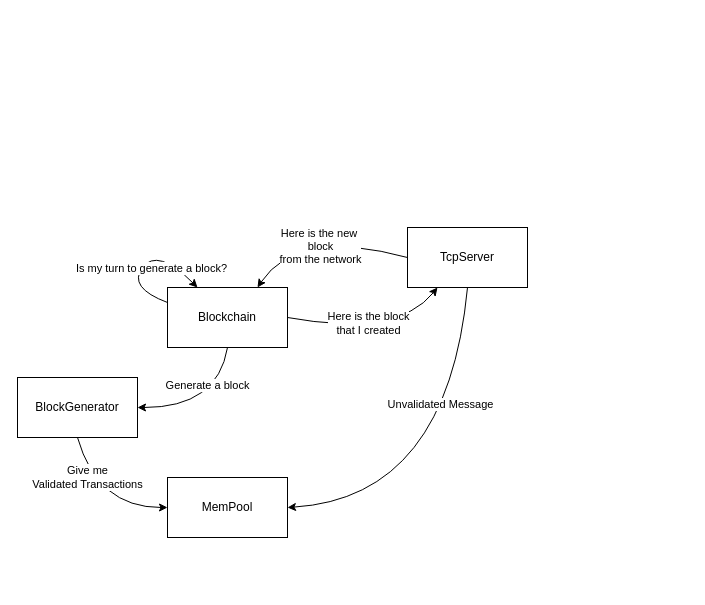
Before: HushServerNode.drawio in aboimpinto/HushServerNode, a draw.io diagram. Source tidied: cells renumbered, new cells numbered last; positions are measured from the earlier drawing's top-left corner, leaving out a move shared by most shapes. Both pictures are drawn from the tidied source at 100%, with x=0, y=0 at pixel (17, 227).
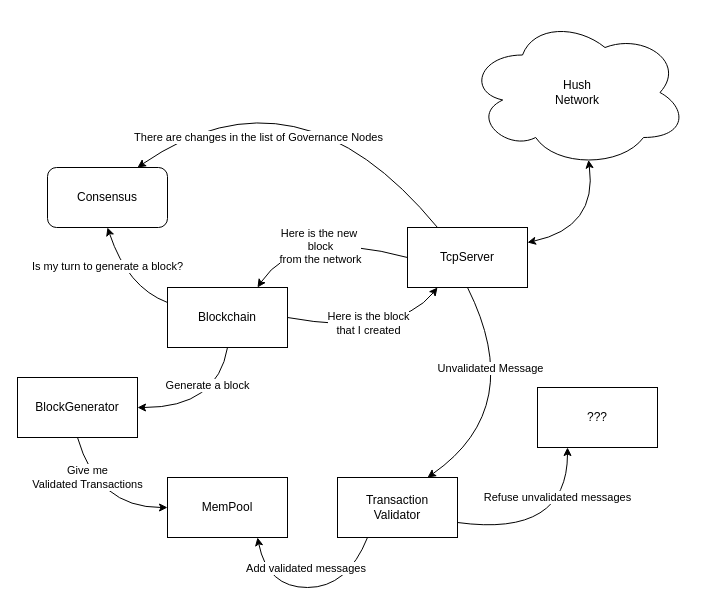
Above is the later version.

Unchanged cells that the change refers to:
```xml
<mxCell id="3" value="MemPool" style="rounded=0;whiteSpace=wrap;html=1;" parent="1" vertex="1">
  <mxGeometry x="150" y="250" width="120" height="60" as="geometry" />
</mxCell>
<mxCell id="4" value="Blockchain" style="rounded=0;whiteSpace=wrap;html=1;" parent="1" vertex="1">
  <mxGeometry x="150" y="60" width="120" height="60" as="geometry" />
</mxCell>
```

The edit, as a diff of the source:
```diff
@@
-    <mxCell id="9" style="curved=1;endArrow=classic;html=1;rounded=0;entryX=0.25;entryY=0;entryDx=0;entryDy=0;exitX=0;exitY=0.25;exitDx=0;exitDy=0;" parent="1" edge="1" source="4" target="4">
+    <mxCell id="9" style="curved=1;endArrow=classic;html=1;rounded=0;exitX=0;exitY=0.25;exitDx=0;exitDy=0;entryX=0.5;entryY=1;entryDx=0;entryDy=0;" parent="1" edge="1" source="4" target="18">
       <mxGeometry relative="1" as="geometry">
         <Array as="points">
           <mxPoint x="110" y="60" />
-          <mxPoint x="140" y="20" />
         </Array>
       </mxGeometry>
     </mxCell>
     <mxCell id="10" value="Is my turn to generate a block?" style="edgeLabel;html=1;align=center;verticalAlign=middle;" parent="9" vertex="1">
       <mxGeometry x="0.07" y="-2" relative="1" as="geometry">
-        <mxPoint y="9" as="offset" />
+        <mxPoint x="-18" y="-7" as="offset" />
       </mxGeometry>
     </mxCell>
@@
-    <mxCell id="13" value="TcpServer&lt;br&gt;" style="rounded=0;whiteSpace=wrap;html=1;" parent="1" vertex="1">
+    <mxCell id="13" value="TcpServer" style="rounded=0;whiteSpace=wrap;html=1;" parent="1" vertex="1">
       <mxGeometry x="390" width="120" height="60" as="geometry" />
     </mxCell>
@@
-    <mxCell id="16" style="curved=1;endArrow=classic;html=1;rounded=0;exitX=0.5;exitY=1;exitDx=0;exitDy=0;entryX=1;entryY=0.5;entryDx=0;entryDy=0;" parent="1" edge="1" source="13" target="3">
+    <mxCell id="16" style="curved=1;endArrow=classic;html=1;rounded=0;exitX=0.5;exitY=1;exitDx=0;exitDy=0;entryX=0.75;entryY=0;entryDx=0;entryDy=0;" parent="1" edge="1" source="13" target="19">
       <mxGeometry relative="1" as="geometry">
         <Array as="points">
-          <mxPoint x="430" y="270" />
+          <mxPoint x="510" y="180" />
         </Array>
       </mxGeometry>
     </mxCell>
@@
+    <mxCell id="18" value="Consensus" style="rounded=1;whiteSpace=wrap;html=1;" parent="1" vertex="1">
+      <mxGeometry x="30" y="-60" width="120" height="60" as="geometry" />
+    </mxCell>
+    <mxCell id="19" value="Transaction&lt;br&gt;Validator" style="rounded=0;whiteSpace=wrap;html=1;" parent="1" vertex="1">
+      <mxGeometry x="320" y="250" width="120" height="60" as="geometry" />
+    </mxCell>
+    <mxCell id="20" style="curved=1;endArrow=classic;html=1;rounded=0;entryX=0.75;entryY=1;entryDx=0;entryDy=0;exitX=0.25;exitY=1;exitDx=0;exitDy=0;" parent="1" edge="1" source="19" target="3">
+      <mxGeometry relative="1" as="geometry">
+        <Array as="points">
+          <mxPoint x="330" y="360" />
+          <mxPoint x="250" y="360" />
+        </Array>
+      </mxGeometry>
+    </mxCell>
+    <mxCell id="21" value="Add validated messages&amp;nbsp;" style="edgeLabel;html=1;align=center;verticalAlign=middle;" parent="20" vertex="1">
+      <mxGeometry x="0.19" y="-4" relative="1" as="geometry">
+        <mxPoint x="16" y="-16" as="offset" />
+      </mxGeometry>
+    </mxCell>
+    <mxCell id="22" style="curved=1;endArrow=classic;html=1;rounded=0;exitX=1;exitY=0.75;exitDx=0;exitDy=0;entryX=0.25;entryY=1;entryDx=0;entryDy=0;" parent="1" edge="1" source="19" target="24">
+      <mxGeometry relative="1" as="geometry">
+        <Array as="points">
+          <mxPoint x="550" y="310" />
+        </Array>
+      </mxGeometry>
+    </mxCell>
+    <mxCell id="23" value="Refuse unvalidated messages" style="edgeLabel;html=1;align=center;verticalAlign=middle;" parent="22" vertex="1">
+      <mxGeometry x="-0.16" y="25" relative="1" as="geometry">
+        <mxPoint x="13" y="-12" as="offset" />
+      </mxGeometry>
+    </mxCell>
+    <mxCell id="24" value="???" style="rounded=0;whiteSpace=wrap;html=1;" parent="1" vertex="1">
+      <mxGeometry x="520" y="160" width="120" height="60" as="geometry" />
+    </mxCell>
+    <mxCell id="25" value="Hush&lt;br&gt;Network" style="ellipse;shape=cloud;whiteSpace=wrap;html=1;" parent="1" vertex="1">
+      <mxGeometry x="450" y="-210" width="220" height="150" as="geometry" />
+    </mxCell>
+    <mxCell id="26" style="curved=1;endArrow=classic;startArrow=classic;html=1;rounded=0;entryX=0.55;entryY=0.95;entryDx=0;entryDy=0;entryPerimeter=0;exitX=1;exitY=0.25;exitDx=0;exitDy=0;" parent="1" edge="1" source="13" target="25">
+      <mxGeometry relative="1" as="geometry">
+        <Array as="points">
+          <mxPoint x="580" />
+        </Array>
+      </mxGeometry>
+    </mxCell>
+    <mxCell id="27" style="curved=1;endArrow=classic;html=1;rounded=0;entryX=0.75;entryY=0;entryDx=0;entryDy=0;exitX=0.25;exitY=0;exitDx=0;exitDy=0;" parent="1" edge="1" source="13" target="18">
+      <mxGeometry relative="1" as="geometry">
+        <Array as="points">
+          <mxPoint x="280" y="-170" />
+        </Array>
+      </mxGeometry>
+    </mxCell>
+    <mxCell id="28" value="There are changes in the list of Governance Nodes" style="edgeLabel;html=1;align=center;verticalAlign=middle;" parent="27" vertex="1">
+      <mxGeometry x="0.34" y="44" relative="1" as="geometry">
+        <mxPoint x="-17" y="11" as="offset" />
+      </mxGeometry>
+    </mxCell>
```
